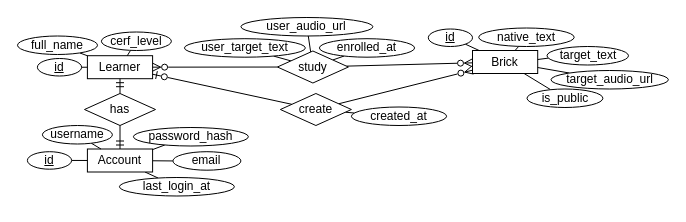
Above: database_design/erd_lisenare.drawio in hellophucnguyenhoang/lisenare (draw.io), before the change. Source tidied: cells renumbered, new cells numbered last; positions are measured from the earlier drawing's top-left corner, leaving out a move shared by most shapes. Both pictures are drawn from the tidied source at 100%, with x=0, y=0 at pixel (17, 17).
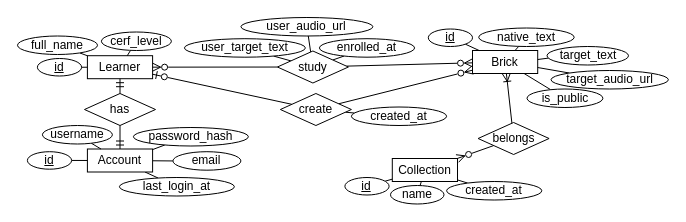
The same page after the edit.

Commit message (it also covers changes not shown here):
feat: add collection table

Unchanged cells that the change refers to:
```xml
<mxCell id="9" value="Brick" style="whiteSpace=wrap;html=1;align=center;" parent="1" vertex="1">
  <mxGeometry x="455" y="33" width="65.2" height="23" as="geometry" />
</mxCell>
```

Diff of the diagram source:
```diff
@@
+    <mxCell id="48" style="rounded=0;jettySize=auto;html=1;endArrow=none;endFill=0;" parent="1" edge="1" source="49" target="57">
+      <mxGeometry relative="1" as="geometry" />
+    </mxCell>
+    <mxCell id="49" value="Collection" style="whiteSpace=wrap;html=1;align=center;" parent="1" vertex="1">
+      <mxGeometry x="374.8" y="141" width="65.2" height="23" as="geometry" />
+    </mxCell>
+    <mxCell id="50" style="rounded=0;jettySize=auto;html=1;endArrow=none;endFill=0;" parent="1" edge="1" source="51" target="49">
+      <mxGeometry relative="1" as="geometry" />
+    </mxCell>
+    <mxCell id="51" value="name" style="ellipse;whiteSpace=wrap;html=1;align=center;" parent="1" vertex="1">
+      <mxGeometry x="373" y="168" width="53.5" height="18.5" as="geometry" />
+    </mxCell>
+    <mxCell id="52" style="rounded=0;jettySize=auto;html=1;endArrow=none;endFill=0;" parent="1" edge="1" source="53" target="49">
+      <mxGeometry relative="1" as="geometry" />
+    </mxCell>
+    <mxCell id="53" value="id" style="ellipse;whiteSpace=wrap;html=1;align=center;fontStyle=4;" parent="1" vertex="1">
+      <mxGeometry x="327.4" y="160" width="44.2" height="17.5" as="geometry" />
+    </mxCell>
+    <mxCell id="54" style="rounded=0;jettySize=auto;html=1;endArrow=ERoneToMany;endFill=0;" parent="1" edge="1" source="56" target="9">
+      <mxGeometry relative="1" as="geometry" />
+    </mxCell>
+    <mxCell id="55" style="rounded=0;jettySize=auto;html=1;endArrow=ERzeroToMany;endFill=0;" parent="1" edge="1" source="56" target="49">
+      <mxGeometry relative="1" as="geometry" />
+    </mxCell>
+    <mxCell id="56" value="belongs" style="shape=rhombus;perimeter=rhombusPerimeter;whiteSpace=wrap;html=1;align=center;" parent="1" vertex="1">
+      <mxGeometry x="460.6" y="105" width="71" height="32" as="geometry" />
+    </mxCell>
+    <mxCell id="57" value="created_at" style="ellipse;whiteSpace=wrap;html=1;align=center;" parent="1" vertex="1">
+      <mxGeometry x="429.1" y="164" width="95.2" height="18.5" as="geometry" />
+    </mxCell>
```
